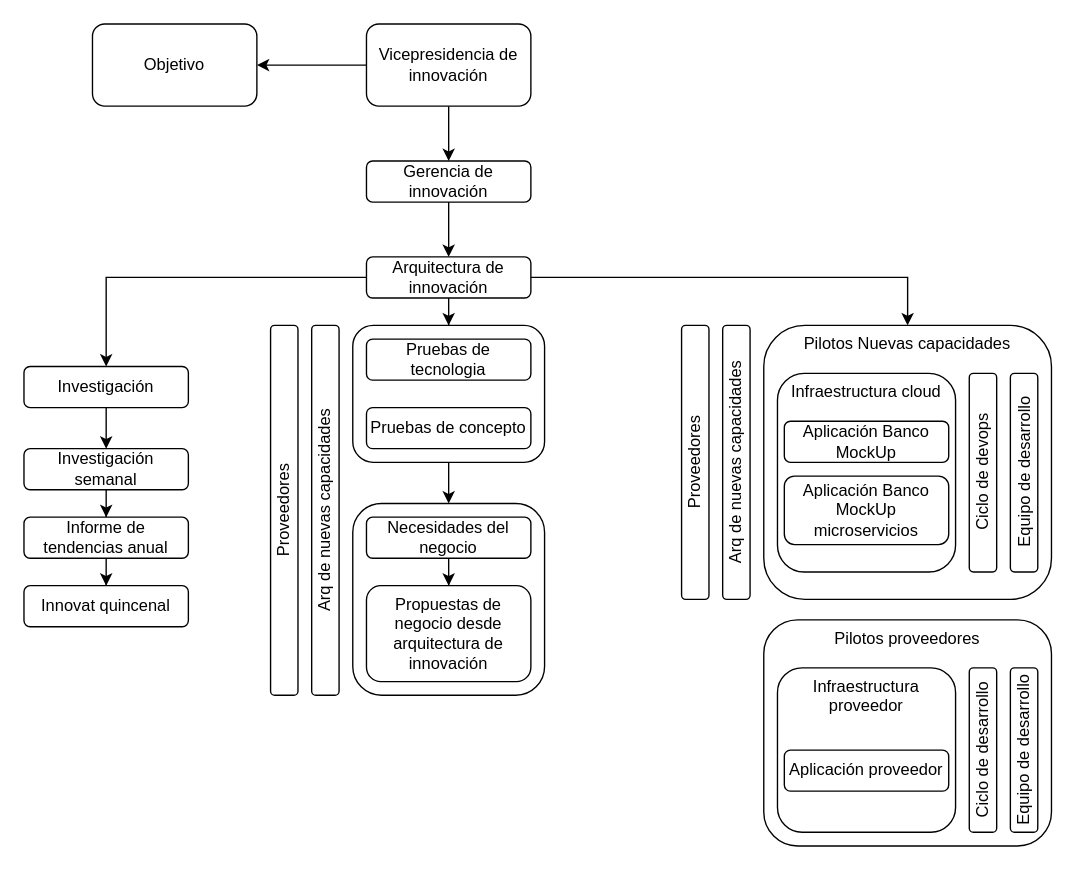
santiagovb/Diagramas keeps this draw.io diagram as page "Objetivo" (1 of 4) of Arquitectura de nuevas capacidades.drawio. Above is the earlier version. Source tidied: cells renumbered, new cells numbered last; positions are measured from the earlier drawing's top-left corner, leaving out a move shared by most shapes. Both pictures are drawn from the tidied source at 137%, with x=0, y=0 at pixel (23, 23).
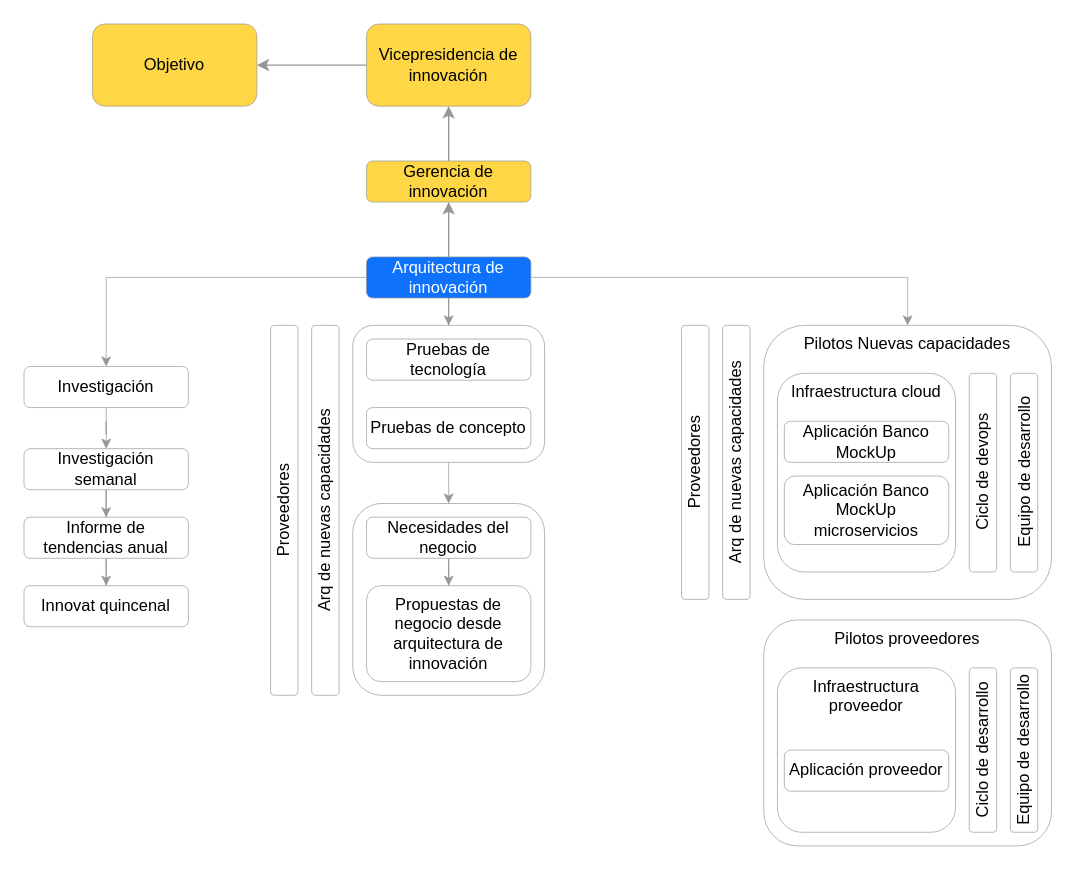
The same page after the edit.

The edit, as a diff of the source:
```diff
@@
-    <mxCell id="2" value="Pilotos Nuevas capacidades" style="whiteSpace=wrap;html=1;rounded=1;verticalAlign=top;" parent="1" vertex="1">
+    <mxCell id="2" value="Pilotos Nuevas capacidades" style="whiteSpace=wrap;html=1;rounded=1;verticalAlign=top;strokeColor=#969696;strokeWidth=0.5;" parent="1" vertex="1">
       <mxGeometry x="540" y="220" width="210" height="200" as="geometry" />
     </mxCell>
-    <mxCell id="3" value="Infraestructura cloud" style="whiteSpace=wrap;html=1;rounded=1;verticalAlign=top;" parent="1" vertex="1">
+    <mxCell id="3" value="Infraestructura cloud" style="whiteSpace=wrap;html=1;rounded=1;verticalAlign=top;strokeColor=#969696;strokeWidth=0.5;" parent="1" vertex="1">
       <mxGeometry x="550" y="255" width="130" height="145" as="geometry" />
     </mxCell>
-    <mxCell id="4" style="rounded=1;whiteSpace=wrap;html=1;" parent="1" vertex="1">
+    <mxCell id="4" style="rounded=1;whiteSpace=wrap;html=1;strokeColor=#969696;strokeWidth=0.5;" parent="1" vertex="1">
       <mxGeometry x="240" y="350" width="140" height="140" as="geometry" />
     </mxCell>
-    <mxCell id="5" style="edgeStyle=orthogonalEdgeStyle;rounded=0;jettySize=auto;html=1;exitX=0.5;exitY=1;exitDx=0;exitDy=0;entryX=0.5;entryY=0;entryDx=0;entryDy=0;" parent="1" edge="1" source="6" target="4">
+    <mxCell id="5" style="edgeStyle=orthogonalEdgeStyle;rounded=0;jettySize=auto;html=1;exitX=0.5;exitY=1;exitDx=0;exitDy=0;entryX=0.5;entryY=0;entryDx=0;entryDy=0;strokeColor=#969696;strokeWidth=0.5;" parent="1" edge="1" source="6" target="4">
       <mxGeometry relative="1" as="geometry" />
     </mxCell>
-    <mxCell id="6" style="rounded=1;whiteSpace=wrap;html=1;" parent="1" vertex="1">
+    <mxCell id="6" style="rounded=1;whiteSpace=wrap;html=1;strokeColor=#969696;strokeWidth=0.5;" parent="1" vertex="1">
       <mxGeometry x="240" y="220" width="140" height="100" as="geometry" />
     </mxCell>
-    <mxCell id="7" style="edgeStyle=orthogonalEdgeStyle;rounded=0;jettySize=auto;html=1;" parent="1" edge="1" source="9" target="10">
+    <mxCell id="7" style="edgeStyle=orthogonalEdgeStyle;rounded=0;jettySize=auto;html=1;strokeColor=#969696;strokeWidth=1;" parent="1" edge="1" source="9" target="10">
       <mxGeometry relative="1" as="geometry" />
     </mxCell>
-    <mxCell id="8" style="edgeStyle=orthogonalEdgeStyle;rounded=0;jettySize=auto;html=1;" parent="1" edge="1" source="9" target="12">
-      <mxGeometry relative="1" as="geometry" />
-    </mxCell>
-    <mxCell id="9" value="Vicepresidencia de innovación" style="rounded=1;whiteSpace=wrap;html=1;" parent="1" vertex="1">
+    <mxCell id="9" value="Vicepresidencia de innovación" style="rounded=1;whiteSpace=wrap;html=1;fillColor=#FFD646;strokeColor=#969696;strokeWidth=0.5;" parent="1" vertex="1">
       <mxGeometry x="250" width="120" height="60" as="geometry" />
     </mxCell>
-    <mxCell id="10" value="Objetivo" style="whiteSpace=wrap;html=1;rounded=1;" parent="1" vertex="1">
+    <mxCell id="10" value="Objetivo" style="whiteSpace=wrap;html=1;rounded=1;fillColor=#FFD646;strokeColor=#969696;strokeWidth=0.5;" parent="1" vertex="1">
       <mxGeometry x="50" width="120" height="60" as="geometry" />
     </mxCell>
-    <mxCell id="11" style="edgeStyle=orthogonalEdgeStyle;rounded=0;jettySize=auto;html=1;" parent="1" edge="1" source="12" target="16">
-      <mxGeometry relative="1" as="geometry" />
-    </mxCell>
+    <mxCell id="42" style="edgeStyle=orthogonalEdgeStyle;rounded=0;jettySize=auto;html=1;entryX=0.5;entryY=1;entryDx=0;entryDy=0;strokeColor=#969696;strokeWidth=1;" parent="1" edge="1" source="12" target="9">
+      <mxGeometry relative="1" as="geometry" />
+    </mxCell>
-    <mxCell id="12" value="Gerencia de innovación" style="whiteSpace=wrap;html=1;rounded=1;" parent="1" vertex="1">
+    <mxCell id="12" value="Gerencia de innovación" style="whiteSpace=wrap;html=1;rounded=1;fillColor=#FFD646;strokeColor=#969696;strokeWidth=0.5;" parent="1" vertex="1">
       <mxGeometry x="250" y="100" width="120" height="30" as="geometry" />
     </mxCell>
-    <mxCell id="13" style="edgeStyle=orthogonalEdgeStyle;rounded=0;jettySize=auto;html=1;" parent="1" edge="1" source="16" target="18">
+    <mxCell id="13" style="edgeStyle=orthogonalEdgeStyle;rounded=0;jettySize=auto;html=1;strokeColor=#969696;strokeWidth=0.5;" parent="1" edge="1" source="16" target="18">
       <mxGeometry relative="1" as="geometry" />
     </mxCell>
-    <mxCell id="14" style="edgeStyle=orthogonalEdgeStyle;rounded=0;jettySize=auto;html=1;" parent="1" edge="1" source="16" target="2">
+    <mxCell id="14" style="edgeStyle=orthogonalEdgeStyle;rounded=0;jettySize=auto;html=1;strokeColor=#969696;strokeWidth=0.5;" parent="1" edge="1" source="16" target="2">
       <mxGeometry relative="1" as="geometry" />
     </mxCell>
-    <mxCell id="15" style="edgeStyle=orthogonalEdgeStyle;rounded=0;jettySize=auto;html=1;entryX=0.5;entryY=0;entryDx=0;entryDy=0;" parent="1" edge="1" source="16" target="6">
+    <mxCell id="15" style="edgeStyle=orthogonalEdgeStyle;rounded=0;jettySize=auto;html=1;entryX=0.5;entryY=0;entryDx=0;entryDy=0;strokeColor=#969696;strokeWidth=0.5;" parent="1" edge="1" source="16" target="6">
       <mxGeometry relative="1" as="geometry" />
     </mxCell>
+    <mxCell id="43" style="edgeStyle=orthogonalEdgeStyle;rounded=0;jettySize=auto;html=1;entryX=0.5;entryY=1;entryDx=0;entryDy=0;strokeColor=#969696;strokeWidth=1;" parent="1" edge="1" source="16" target="12">
+      <mxGeometry relative="1" as="geometry" />
+    </mxCell>
-    <mxCell id="16" value="Arquitectura de innovación" style="whiteSpace=wrap;html=1;rounded=1;" parent="1" vertex="1">
+    <mxCell id="16" value="Arquitectura de innovación" style="whiteSpace=wrap;html=1;rounded=1;fillColor=#0E72FD;fontColor=#FFFFFF;strokeColor=#969696;strokeWidth=0.5;" parent="1" vertex="1">
       <mxGeometry x="250" y="170" width="120" height="30" as="geometry" />
     </mxCell>
-    <mxCell id="17" style="edgeStyle=orthogonalEdgeStyle;rounded=0;jettySize=auto;html=1;" parent="1" edge="1" source="18" target="21">
+    <mxCell id="17" style="edgeStyle=orthogonalEdgeStyle;rounded=0;jettySize=auto;html=1;strokeColor=#969696;strokeWidth=0.5;" parent="1" edge="1" source="18" target="21">
       <mxGeometry relative="1" as="geometry" />
     </mxCell>
-    <mxCell id="18" value="Investigación" style="whiteSpace=wrap;html=1;rounded=1;" parent="1" vertex="1">
+    <mxCell id="18" value="Investigación" style="whiteSpace=wrap;html=1;rounded=1;strokeColor=#969696;strokeWidth=0.5;" parent="1" vertex="1">
       <mxGeometry y="250" width="120" height="30" as="geometry" />
     </mxCell>
-    <mxCell id="19" value="Pruebas de concepto" style="whiteSpace=wrap;html=1;rounded=1;" parent="1" vertex="1">
+    <mxCell id="19" value="Pruebas de concepto" style="whiteSpace=wrap;html=1;rounded=1;strokeColor=#969696;strokeWidth=0.5;" parent="1" vertex="1">
       <mxGeometry x="250" y="280" width="120" height="30" as="geometry" />
     </mxCell>
-    <mxCell id="20" style="edgeStyle=orthogonalEdgeStyle;rounded=0;jettySize=auto;html=1;" parent="1" edge="1" source="21" target="23">
+    <mxCell id="20" style="edgeStyle=orthogonalEdgeStyle;rounded=0;jettySize=auto;html=1;strokeColor=#969696;strokeWidth=0.5;" parent="1" edge="1" source="21" target="23">
       <mxGeometry relative="1" as="geometry" />
     </mxCell>
-    <mxCell id="21" value="Investigación semanal" style="whiteSpace=wrap;html=1;rounded=1;" parent="1" vertex="1">
+    <mxCell id="21" value="Investigación semanal" style="whiteSpace=wrap;html=1;rounded=1;strokeColor=#969696;strokeWidth=0.5;" parent="1" vertex="1">
       <mxGeometry y="310" width="120" height="30" as="geometry" />
     </mxCell>
-    <mxCell id="22" style="edgeStyle=orthogonalEdgeStyle;rounded=0;jettySize=auto;html=1;" parent="1" edge="1" source="23" target="24">
+    <mxCell id="22" style="edgeStyle=orthogonalEdgeStyle;rounded=0;jettySize=auto;html=1;strokeColor=#969696;strokeWidth=0.5;" parent="1" edge="1" source="23" target="24">
       <mxGeometry relative="1" as="geometry" />
     </mxCell>
-    <mxCell id="23" value="Informe de tendencias anual" style="whiteSpace=wrap;html=1;rounded=1;" parent="1" vertex="1">
+    <mxCell id="23" value="Informe de tendencias anual" style="whiteSpace=wrap;html=1;rounded=1;strokeColor=#969696;strokeWidth=0.5;" parent="1" vertex="1">
       <mxGeometry y="360" width="120" height="30" as="geometry" />
     </mxCell>
-    <mxCell id="24" value="Innovat quincenal" style="whiteSpace=wrap;html=1;rounded=1;" parent="1" vertex="1">
+    <mxCell id="24" value="Innovat quincenal" style="whiteSpace=wrap;html=1;rounded=1;strokeColor=#969696;strokeWidth=0.5;" parent="1" vertex="1">
       <mxGeometry y="410" width="120" height="30" as="geometry" />
     </mxCell>
-    <mxCell id="25" style="edgeStyle=orthogonalEdgeStyle;rounded=0;jettySize=auto;html=1;entryX=0.5;entryY=0;entryDx=0;entryDy=0;" parent="1" edge="1" source="26" target="27">
+    <mxCell id="25" style="edgeStyle=orthogonalEdgeStyle;rounded=0;jettySize=auto;html=1;entryX=0.5;entryY=0;entryDx=0;entryDy=0;strokeColor=#969696;strokeWidth=0.5;" parent="1" edge="1" source="26" target="27">
       <mxGeometry relative="1" as="geometry" />
     </mxCell>
-    <mxCell id="26" value="Necesidades del negocio" style="whiteSpace=wrap;html=1;rounded=1;" parent="1" vertex="1">
+    <mxCell id="26" value="Necesidades del negocio" style="whiteSpace=wrap;html=1;rounded=1;strokeColor=#969696;strokeWidth=0.5;" parent="1" vertex="1">
       <mxGeometry x="250" y="360" width="120" height="30" as="geometry" />
     </mxCell>
-    <mxCell id="27" value="Propuestas de negocio desde arquitectura de innovación" style="whiteSpace=wrap;html=1;rounded=1;" parent="1" vertex="1">
+    <mxCell id="27" value="Propuestas de negocio desde arquitectura de innovación" style="whiteSpace=wrap;html=1;rounded=1;strokeColor=#969696;strokeWidth=0.5;" parent="1" vertex="1">
       <mxGeometry x="250" y="410" width="120" height="70" as="geometry" />
     </mxCell>
-    <mxCell id="28" value="Pruebas de tecnologia" style="whiteSpace=wrap;html=1;rounded=1;" parent="1" vertex="1">
+    <mxCell id="28" value="Pruebas de tecnología" style="whiteSpace=wrap;html=1;rounded=1;strokeColor=#969696;strokeWidth=0.5;" parent="1" vertex="1">
       <mxGeometry x="250" y="230" width="120" height="30" as="geometry" />
     </mxCell>
-    <mxCell id="29" value="Proveedores" style="rounded=1;whiteSpace=wrap;html=1;verticalAlign=middle;horizontal=0;" parent="1" vertex="1">
+    <mxCell id="29" value="Proveedores" style="rounded=1;whiteSpace=wrap;html=1;verticalAlign=middle;horizontal=0;strokeColor=#969696;strokeWidth=0.5;" parent="1" vertex="1">
       <mxGeometry x="180" y="220" width="20" height="270" as="geometry" />
     </mxCell>
-    <mxCell id="30" value="Arq de nuevas capacidades" style="rounded=1;whiteSpace=wrap;html=1;verticalAlign=middle;horizontal=0;" parent="1" vertex="1">
+    <mxCell id="30" value="Arq de nuevas capacidades" style="rounded=1;whiteSpace=wrap;html=1;verticalAlign=middle;horizontal=0;strokeColor=#969696;strokeWidth=0.5;" parent="1" vertex="1">
       <mxGeometry x="210" y="220" width="20" height="270" as="geometry" />
     </mxCell>
-    <mxCell id="31" value="Proveedores" style="rounded=1;whiteSpace=wrap;html=1;verticalAlign=middle;horizontal=0;" parent="1" vertex="1">
+    <mxCell id="31" value="Proveedores" style="rounded=1;whiteSpace=wrap;html=1;verticalAlign=middle;horizontal=0;strokeColor=#969696;strokeWidth=0.5;" parent="1" vertex="1">
       <mxGeometry x="480" y="220" width="20" height="200" as="geometry" />
     </mxCell>
-    <mxCell id="32" value="Arq de nuevas capacidades" style="rounded=1;whiteSpace=wrap;html=1;verticalAlign=middle;horizontal=0;" parent="1" vertex="1">
+    <mxCell id="32" value="Arq de nuevas capacidades" style="rounded=1;whiteSpace=wrap;html=1;verticalAlign=middle;horizontal=0;strokeColor=#969696;strokeWidth=0.5;" parent="1" vertex="1">
       <mxGeometry x="510" y="220" width="20" height="200" as="geometry" />
     </mxCell>
-    <mxCell id="33" value="Aplicación Banco MockUp" style="whiteSpace=wrap;html=1;rounded=1;" parent="1" vertex="1">
+    <mxCell id="33" value="Aplicación Banco MockUp" style="whiteSpace=wrap;html=1;rounded=1;strokeColor=#969696;strokeWidth=0.5;" parent="1" vertex="1">
       <mxGeometry x="555" y="290" width="120" height="30" as="geometry" />
     </mxCell>
-    <mxCell id="34" value="Ciclo de devops" style="whiteSpace=wrap;html=1;rounded=1;horizontal=0;" parent="1" vertex="1">
+    <mxCell id="34" value="Ciclo de devops" style="whiteSpace=wrap;html=1;rounded=1;horizontal=0;strokeColor=#969696;strokeWidth=0.5;" parent="1" vertex="1">
       <mxGeometry x="690" y="255" width="20" height="145" as="geometry" />
     </mxCell>
-    <mxCell id="35" value="Aplicación Banco MockUp microservicios" style="whiteSpace=wrap;html=1;rounded=1;" parent="1" vertex="1">
+    <mxCell id="35" value="Aplicación Banco MockUp microservicios" style="whiteSpace=wrap;html=1;rounded=1;strokeColor=#969696;strokeWidth=0.5;" parent="1" vertex="1">
       <mxGeometry x="555" y="330" width="120" height="50" as="geometry" />
     </mxCell>
-    <mxCell id="36" value="Equipo de desarrollo" style="whiteSpace=wrap;html=1;rounded=1;horizontal=0;" parent="1" vertex="1">
+    <mxCell id="36" value="Equipo de desarrollo" style="whiteSpace=wrap;html=1;rounded=1;horizontal=0;strokeColor=#969696;strokeWidth=0.5;" parent="1" vertex="1">
       <mxGeometry x="720" y="255" width="20" height="145" as="geometry" />
     </mxCell>
-    <mxCell id="37" value="Pilotos proveedores" style="whiteSpace=wrap;html=1;rounded=1;verticalAlign=top;" parent="1" vertex="1">
+    <mxCell id="37" value="Pilotos proveedores" style="whiteSpace=wrap;html=1;rounded=1;verticalAlign=top;strokeColor=#969696;strokeWidth=0.5;" parent="1" vertex="1">
       <mxGeometry x="540" y="435" width="210" height="165" as="geometry" />
     </mxCell>
-    <mxCell id="38" value="Infraestructura proveedor" style="whiteSpace=wrap;html=1;rounded=1;verticalAlign=top;" parent="1" vertex="1">
+    <mxCell id="38" value="Infraestructura proveedor" style="whiteSpace=wrap;html=1;rounded=1;verticalAlign=top;strokeColor=#969696;strokeWidth=0.5;" parent="1" vertex="1">
       <mxGeometry x="550" y="470" width="130" height="120" as="geometry" />
     </mxCell>
-    <mxCell id="39" value="Aplicación proveedor" style="whiteSpace=wrap;html=1;rounded=1;" parent="1" vertex="1">
+    <mxCell id="39" value="Aplicación proveedor" style="whiteSpace=wrap;html=1;rounded=1;strokeColor=#969696;strokeWidth=0.5;" parent="1" vertex="1">
       <mxGeometry x="555" y="530" width="120" height="30" as="geometry" />
     </mxCell>
-    <mxCell id="40" value="Ciclo de desarrollo" style="whiteSpace=wrap;html=1;rounded=1;horizontal=0;" parent="1" vertex="1">
+    <mxCell id="40" value="Ciclo de desarrollo" style="whiteSpace=wrap;html=1;rounded=1;horizontal=0;strokeColor=#969696;strokeWidth=0.5;" parent="1" vertex="1">
       <mxGeometry x="690" y="470" width="20" height="120" as="geometry" />
     </mxCell>
-    <mxCell id="41" value="Equipo de desarrollo" style="whiteSpace=wrap;html=1;rounded=1;horizontal=0;" parent="1" vertex="1">
+    <mxCell id="41" value="Equipo de desarrollo" style="whiteSpace=wrap;html=1;rounded=1;horizontal=0;strokeColor=#969696;strokeWidth=0.5;" parent="1" vertex="1">
       <mxGeometry x="720" y="470" width="20" height="120" as="geometry" />
     </mxCell>
```
